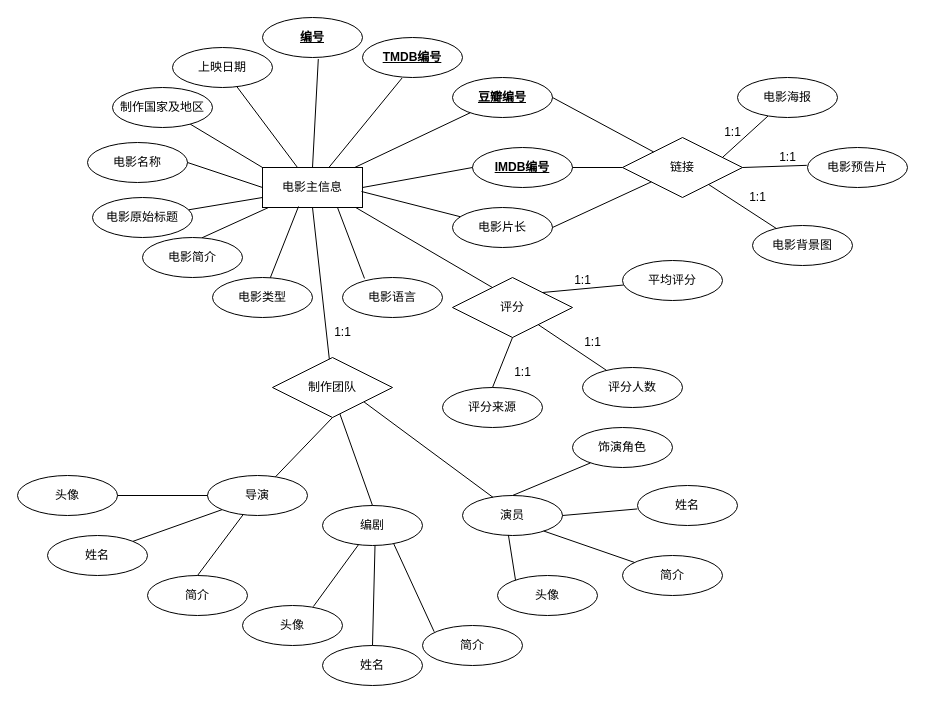
This is data_design.drawio from nikiok/honglou-datasets, a draw.io file, before an edit. Source tidied: cells renumbered, new cells numbered last; positions are measured from the earlier drawing's top-left corner, leaving out a move shared by most shapes. Both pictures are drawn from the tidied source at 100%, with x=0, y=0 at pixel (17, 17).
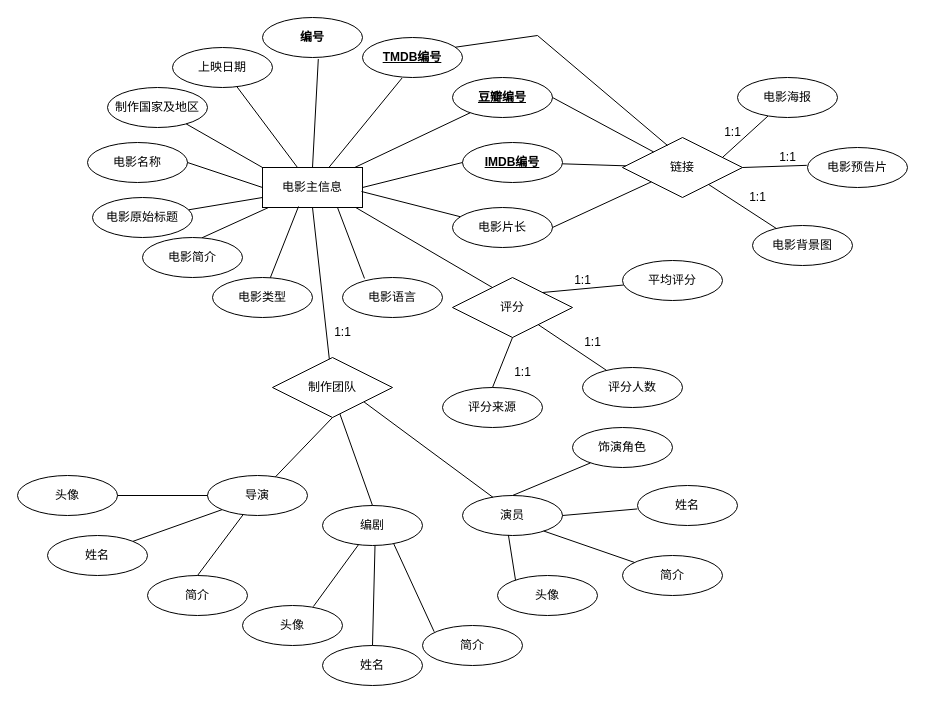
The same diagram, later.

Unchanged cells that the change refers to:
```xml
<mxCell id="5" value="&lt;b&gt;&lt;u&gt;TMDB编号&lt;/u&gt;&lt;/b&gt;" style="ellipse;whiteSpace=wrap;html=1;align=center;labelBackgroundColor=none;" parent="1" vertex="1">
  <mxGeometry x="345" y="20" width="100" height="40" as="geometry" />
</mxCell>
<mxCell id="35" value="链接" style="shape=rhombus;perimeter=rhombusPerimeter;whiteSpace=wrap;html=1;align=center;labelBackgroundColor=none;" parent="1" vertex="1">
  <mxGeometry x="605" y="120" width="120" height="60" as="geometry" />
</mxCell>
```

Diff of the diagram source:
```diff
@@
     <mxCell id="4" value="&lt;b&gt;&lt;u&gt;IMDB编号&lt;/u&gt;&lt;/b&gt;" style="ellipse;whiteSpace=wrap;html=1;align=center;labelBackgroundColor=none;" parent="1" vertex="1">
-      <mxGeometry x="455" y="130" width="100" height="40" as="geometry" />
+      <mxGeometry x="445" y="125" width="100" height="40" as="geometry" />
     </mxCell>
@@
     <mxCell id="15" value="制作国家及地区" style="ellipse;whiteSpace=wrap;html=1;align=center;labelBackgroundColor=none;" parent="1" vertex="1">
-      <mxGeometry x="95" y="70" width="100" height="40" as="geometry" />
+      <mxGeometry x="90" y="70" width="100" height="40" as="geometry" />
     </mxCell>
-    <mxCell id="16" value="&lt;b&gt;&lt;u&gt;编号&lt;/u&gt;&lt;/b&gt;" style="ellipse;whiteSpace=wrap;html=1;align=center;labelBackgroundColor=none;" parent="1" vertex="1">
+    <mxCell id="16" value="&lt;b&gt;编号&lt;/b&gt;" style="ellipse;whiteSpace=wrap;html=1;align=center;labelBackgroundColor=none;" parent="1" vertex="1">
       <mxGeometry x="245" width="100" height="40" as="geometry" />
     </mxCell>
@@
+    <mxCell id="80" style="endArrow=none;html=1;rounded=0;exitX=0.927;exitY=0.243;exitDx=0;exitDy=0;exitPerimeter=0;entryX=0.375;entryY=0.133;entryDx=0;entryDy=0;entryPerimeter=0;" parent="1" edge="1" source="5" target="35">
+      <mxGeometry relative="1" as="geometry">
+        <Array as="points">
+          <mxPoint x="520" y="18" />
+        </Array>
+      </mxGeometry>
+    </mxCell>
```
